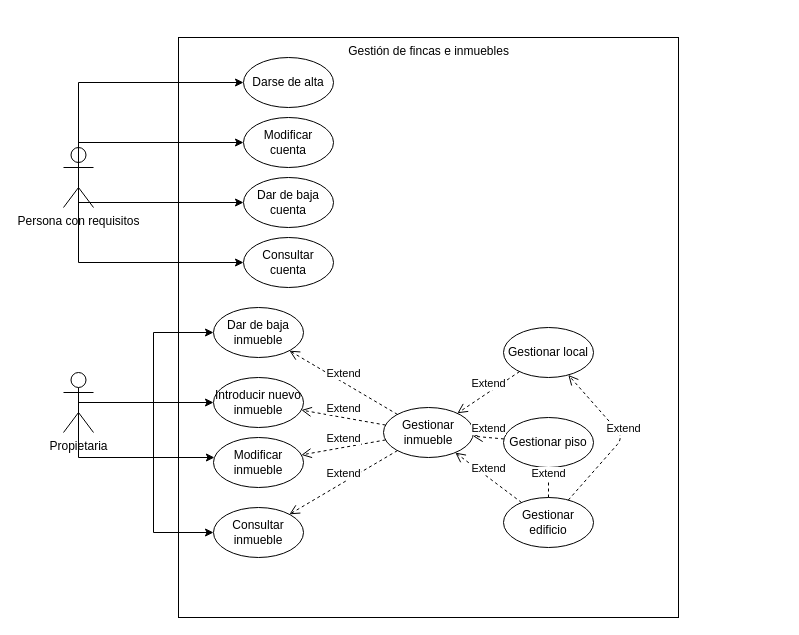
This is Entorno de desarrollo/UML/GestionDeFincas.drawio from JavierCamposCuesta/repoJavierCampos, a draw.io file, before an edit. Source tidied: cells renumbered, new cells numbered last; positions are measured from the earlier drawing's top-left corner, leaving out a move shared by most shapes. Both pictures are drawn from the tidied source at 100%, with x=0, y=0 at pixel (63, 37).
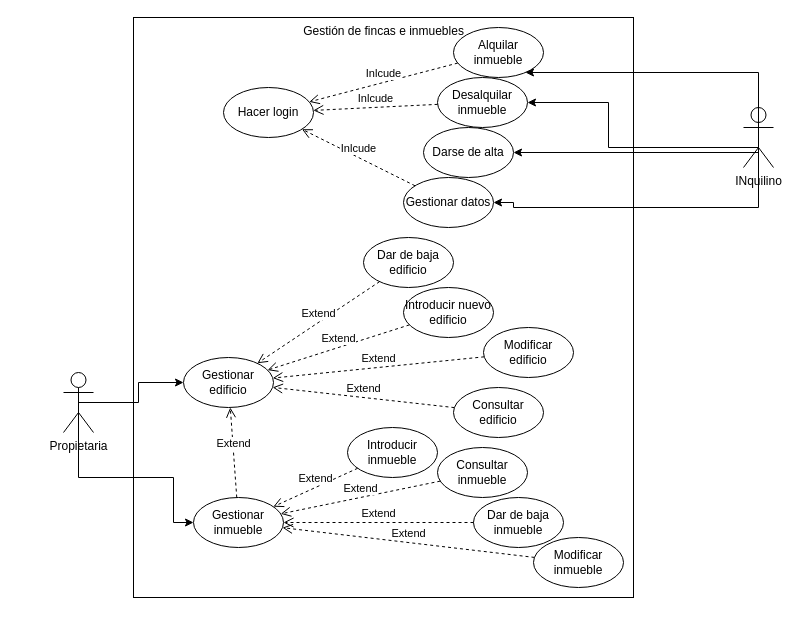
The same diagram, later.

Unchanged cells that the change refers to:
```xml
<mxCell id="7" value="Propietaria" style="shape=umlActor;verticalLabelPosition=bottom;verticalAlign=top;html=1;fillColor=none;" parent="1" vertex="1">
  <mxGeometry y="335" width="30" height="60" as="geometry" />
</mxCell>
```

Diff of the diagram source:
```diff
@@
     <mxCell id="2" value="Gestión de fincas e inmuebles" style="html=1;verticalAlign=top;fillColor=none;" parent="1" vertex="1">
-      <mxGeometry x="115" width="500" height="580" as="geometry" />
+      <mxGeometry x="70" y="-20" width="500" height="580" as="geometry" />
     </mxCell>
-    <mxCell id="3" style="edgeStyle=orthogonalEdgeStyle;rounded=0;jettySize=auto;html=1;exitX=0.5;exitY=0.5;exitDx=0;exitDy=0;exitPerimeter=0;entryX=0;entryY=0.5;entryDx=0;entryDy=0;" parent="1" edge="1" source="7" target="8">
-      <mxGeometry relative="1" as="geometry" />
-    </mxCell>
-    <mxCell id="4" style="edgeStyle=orthogonalEdgeStyle;rounded=0;jettySize=auto;html=1;exitX=0.5;exitY=0.5;exitDx=0;exitDy=0;exitPerimeter=0;" parent="1" edge="1" source="7" target="9">
-      <mxGeometry relative="1" as="geometry" />
-    </mxCell>
-    <mxCell id="5" style="edgeStyle=orthogonalEdgeStyle;rounded=0;jettySize=auto;html=1;exitX=0.5;exitY=0.5;exitDx=0;exitDy=0;exitPerimeter=0;" parent="1" edge="1" source="7" target="10">
-      <mxGeometry relative="1" as="geometry">
-        <Array as="points">
-          <mxPoint x="15" y="420" />
-        </Array>
-      </mxGeometry>
-    </mxCell>
-    <mxCell id="6" style="edgeStyle=orthogonalEdgeStyle;rounded=0;jettySize=auto;html=1;exitX=0.5;exitY=0.5;exitDx=0;exitDy=0;exitPerimeter=0;entryX=0;entryY=0.5;entryDx=0;entryDy=0;" parent="1" edge="1" source="7" target="11">
-      <mxGeometry relative="1" as="geometry" />
-    </mxCell>
+    <mxCell id="34" style="edgeStyle=orthogonalEdgeStyle;rounded=0;jettySize=auto;html=1;exitX=0.5;exitY=0.5;exitDx=0;exitDy=0;exitPerimeter=0;" parent="1" edge="1" source="7" target="13">
+      <mxGeometry relative="1" as="geometry" />
+    </mxCell>
+    <mxCell id="35" style="edgeStyle=orthogonalEdgeStyle;rounded=0;jettySize=auto;html=1;exitX=0.5;exitY=0.5;exitDx=0;exitDy=0;exitPerimeter=0;" parent="1" edge="1" source="7" target="42">
+      <mxGeometry relative="1" as="geometry">
+        <Array as="points">
+          <mxPoint x="15" y="440" />
+          <mxPoint x="110" y="440" />
+          <mxPoint x="110" y="485" />
+        </Array>
+      </mxGeometry>
+    </mxCell>
@@
-    <mxCell id="8" value="Dar de baja inmueble" style="ellipse;whiteSpace=wrap;html=1;fillColor=none;" parent="1" vertex="1">
-      <mxGeometry x="150" y="270" width="90" height="50" as="geometry" />
+    <mxCell id="8" value="Dar de baja edificio" style="ellipse;whiteSpace=wrap;html=1;fillColor=none;" parent="1" vertex="1">
+      <mxGeometry x="300" y="200" width="90" height="50" as="geometry" />
     </mxCell>
-    <mxCell id="9" value="Introducir nuevo inmueble" style="ellipse;whiteSpace=wrap;html=1;fillColor=none;" parent="1" vertex="1">
-      <mxGeometry x="150" y="340" width="90" height="50" as="geometry" />
+    <mxCell id="9" value="Introducir nuevo edificio" style="ellipse;whiteSpace=wrap;html=1;fillColor=none;" parent="1" vertex="1">
+      <mxGeometry x="340" y="250" width="90" height="50" as="geometry" />
     </mxCell>
-    <mxCell id="10" value="Modificar inmueble" style="ellipse;whiteSpace=wrap;html=1;fillColor=none;" parent="1" vertex="1">
-      <mxGeometry x="150" y="400" width="90" height="50" as="geometry" />
+    <mxCell id="10" value="Modificar edificio" style="ellipse;whiteSpace=wrap;html=1;fillColor=none;" parent="1" vertex="1">
+      <mxGeometry x="420" y="290" width="90" height="50" as="geometry" />
     </mxCell>
-    <mxCell id="11" value="Consultar inmueble" style="ellipse;whiteSpace=wrap;html=1;fillColor=none;" parent="1" vertex="1">
-      <mxGeometry x="150" y="470" width="90" height="50" as="geometry" />
+    <mxCell id="11" value="Consultar edificio" style="ellipse;whiteSpace=wrap;html=1;fillColor=none;" parent="1" vertex="1">
+      <mxGeometry x="390" y="350" width="90" height="50" as="geometry" />
     </mxCell>
-    <mxCell id="12" value="Gestionar local" style="ellipse;whiteSpace=wrap;html=1;fillColor=none;" parent="1" vertex="1">
-      <mxGeometry x="440" y="290" width="90" height="50" as="geometry" />
-    </mxCell>
-    <mxCell id="13" value="Gestionar inmueble" style="ellipse;whiteSpace=wrap;html=1;fillColor=none;" parent="1" vertex="1">
-      <mxGeometry x="320" y="370" width="90" height="50" as="geometry" />
+    <mxCell id="13" value="Gestionar edificio" style="ellipse;whiteSpace=wrap;html=1;fillColor=none;" parent="1" vertex="1">
+      <mxGeometry x="120" y="320" width="90" height="50" as="geometry" />
     </mxCell>
-    <mxCell id="14" value="Gestionar edificio" style="ellipse;whiteSpace=wrap;html=1;fillColor=none;" parent="1" vertex="1">
-      <mxGeometry x="440" y="460" width="90" height="50" as="geometry" />
-    </mxCell>
-    <mxCell id="15" value="Extend" style="html=1;verticalAlign=bottom;endArrow=open;dashed=1;endSize=8;" parent="1" edge="1" source="13" target="8">
+    <mxCell id="15" value="Extend" style="html=1;verticalAlign=bottom;endArrow=open;dashed=1;endSize=8;" parent="1" edge="1" source="8" target="13">
       <mxGeometry relative="1" as="geometry" />
     </mxCell>
-    <mxCell id="16" value="Extend" style="html=1;verticalAlign=bottom;endArrow=open;dashed=1;endSize=8;" parent="1" edge="1" source="13" target="9">
+    <mxCell id="16" value="Extend" style="html=1;verticalAlign=bottom;endArrow=open;dashed=1;endSize=8;" parent="1" edge="1" source="9" target="13">
       <mxGeometry relative="1" as="geometry" />
     </mxCell>
-    <mxCell id="17" value="Gestionar piso" style="ellipse;whiteSpace=wrap;html=1;fillColor=none;" parent="1" vertex="1">
-      <mxGeometry x="440" y="380" width="90" height="50" as="geometry" />
-    </mxCell>
-    <mxCell id="18" value="Extend" style="html=1;verticalAlign=bottom;endArrow=open;dashed=1;endSize=8;" parent="1" edge="1" source="13" target="10">
+    <mxCell id="18" value="Extend" style="html=1;verticalAlign=bottom;endArrow=open;dashed=1;endSize=8;" parent="1" edge="1" source="10" target="13">
       <mxGeometry relative="1" as="geometry" />
     </mxCell>
-    <mxCell id="19" value="Extend" style="html=1;verticalAlign=bottom;endArrow=open;dashed=1;endSize=8;" parent="1" edge="1" source="13" target="11">
+    <mxCell id="19" value="Extend" style="html=1;verticalAlign=bottom;endArrow=open;dashed=1;endSize=8;" parent="1" edge="1" source="11" target="13">
       <mxGeometry relative="1" as="geometry" />
     </mxCell>
-    <mxCell id="20" value="Extend" style="html=1;verticalAlign=bottom;endArrow=open;dashed=1;endSize=8;" parent="1" edge="1" source="12" target="13">
-      <mxGeometry relative="1" as="geometry" />
-    </mxCell>
-    <mxCell id="21" value="Extend" style="html=1;verticalAlign=bottom;endArrow=open;dashed=1;endSize=8;" parent="1" edge="1" source="17" target="13">
-      <mxGeometry relative="1" as="geometry" />
-    </mxCell>
-    <mxCell id="22" value="Extend" style="html=1;verticalAlign=bottom;endArrow=open;dashed=1;endSize=8;" parent="1" edge="1" source="14" target="13">
-      <mxGeometry relative="1" as="geometry" />
-    </mxCell>
-    <mxCell id="23" value="Extend" style="html=1;verticalAlign=bottom;endArrow=open;dashed=1;endSize=8;" parent="1" edge="1" source="14" target="17">
-      <mxGeometry relative="1" as="geometry" />
-    </mxCell>
-    <mxCell id="24" value="Extend" style="html=1;verticalAlign=bottom;endArrow=open;dashed=1;endSize=8;" parent="1" edge="1" source="14" target="12">
-      <mxGeometry relative="1" as="geometry">
-        <Array as="points">
-          <mxPoint x="560" y="400" />
-        </Array>
-      </mxGeometry>
-    </mxCell>
     <mxCell id="25" style="edgeStyle=orthogonalEdgeStyle;rounded=0;jettySize=auto;html=1;exitX=0.5;exitY=0.5;exitDx=0;exitDy=0;exitPerimeter=0;" parent="1" edge="1" source="29" target="30">
       <mxGeometry relative="1" as="geometry">
         <Array as="points">
-          <mxPoint x="15" y="45" />
+          <mxPoint x="695" y="35" />
         </Array>
       </mxGeometry>
     </mxCell>
-    <mxCell id="26" style="edgeStyle=orthogonalEdgeStyle;rounded=0;jettySize=auto;html=1;exitX=0.5;exitY=0.5;exitDx=0;exitDy=0;exitPerimeter=0;" parent="1" edge="1" source="29" target="31">
+    <mxCell id="26" style="edgeStyle=orthogonalEdgeStyle;rounded=0;jettySize=auto;html=1;exitX=0.5;exitY=0.5;exitDx=0;exitDy=0;exitPerimeter=0;entryX=1;entryY=0.5;entryDx=0;entryDy=0;" parent="1" edge="1" source="29" target="31">
       <mxGeometry relative="1" as="geometry">
         <Array as="points">
-          <mxPoint x="15" y="105" />
+          <mxPoint x="695" y="110" />
+          <mxPoint x="545" y="110" />
+          <mxPoint x="545" y="65" />
         </Array>
       </mxGeometry>
     </mxCell>
-    <mxCell id="27" style="edgeStyle=orthogonalEdgeStyle;rounded=0;jettySize=auto;html=1;exitX=0.5;exitY=0.5;exitDx=0;exitDy=0;exitPerimeter=0;" parent="1" edge="1" source="29" target="32">
-      <mxGeometry relative="1" as="geometry">
-        <Array as="points">
-          <mxPoint x="15" y="165" />
-        </Array>
-      </mxGeometry>
-    </mxCell>
-    <mxCell id="28" style="edgeStyle=orthogonalEdgeStyle;rounded=0;jettySize=auto;html=1;exitX=0.5;exitY=0.5;exitDx=0;exitDy=0;exitPerimeter=0;" parent="1" edge="1" source="29" target="33">
-      <mxGeometry relative="1" as="geometry">
-        <Array as="points">
-          <mxPoint x="15" y="225" />
-        </Array>
-      </mxGeometry>
-    </mxCell>
+    <mxCell id="36" style="edgeStyle=orthogonalEdgeStyle;rounded=0;jettySize=auto;html=1;exitX=0.5;exitY=0.5;exitDx=0;exitDy=0;exitPerimeter=0;" parent="1" edge="1" source="29" target="44">
+      <mxGeometry relative="1" as="geometry">
+        <Array as="points">
+          <mxPoint x="695" y="115" />
+        </Array>
+      </mxGeometry>
+    </mxCell>
+    <mxCell id="37" style="edgeStyle=orthogonalEdgeStyle;rounded=0;jettySize=auto;html=1;exitX=0.5;exitY=0.5;exitDx=0;exitDy=0;exitPerimeter=0;entryX=1;entryY=0.5;entryDx=0;entryDy=0;" parent="1" edge="1" source="29" target="45">
+      <mxGeometry relative="1" as="geometry">
+        <Array as="points">
+          <mxPoint x="695" y="170" />
+          <mxPoint x="450" y="170" />
+          <mxPoint x="450" y="165" />
+        </Array>
+      </mxGeometry>
+    </mxCell>
-    <mxCell id="29" value="Persona con requisitos" style="shape=umlActor;verticalLabelPosition=bottom;verticalAlign=top;html=1;fillColor=none;" parent="1" vertex="1">
-      <mxGeometry y="110" width="30" height="60" as="geometry" />
+    <mxCell id="29" value="INquilino" style="shape=umlActor;verticalLabelPosition=bottom;verticalAlign=top;html=1;fillColor=none;" parent="1" vertex="1">
+      <mxGeometry x="680" y="70" width="30" height="60" as="geometry" />
     </mxCell>
-    <mxCell id="30" value="Darse de alta" style="ellipse;whiteSpace=wrap;html=1;fillColor=none;" parent="1" vertex="1">
-      <mxGeometry x="180" y="20" width="90" height="50" as="geometry" />
+    <mxCell id="30" value="Alquilar inmueble" style="ellipse;whiteSpace=wrap;html=1;fillColor=none;" parent="1" vertex="1">
+      <mxGeometry x="390" y="-10" width="90" height="50" as="geometry" />
     </mxCell>
-    <mxCell id="31" value="Modificar cuenta" style="ellipse;whiteSpace=wrap;html=1;fillColor=none;" parent="1" vertex="1">
-      <mxGeometry x="180" y="80" width="90" height="50" as="geometry" />
+    <mxCell id="31" value="Desalquilar inmueble" style="ellipse;whiteSpace=wrap;html=1;fillColor=none;" parent="1" vertex="1">
+      <mxGeometry x="374" y="40" width="90" height="50" as="geometry" />
     </mxCell>
-    <mxCell id="32" value="Dar de baja cuenta" style="ellipse;whiteSpace=wrap;html=1;fillColor=none;" parent="1" vertex="1">
-      <mxGeometry x="180" y="140" width="90" height="50" as="geometry" />
-    </mxCell>
-    <mxCell id="33" value="Consultar cuenta" style="ellipse;whiteSpace=wrap;html=1;fillColor=none;" parent="1" vertex="1">
-      <mxGeometry x="180" y="200" width="90" height="50" as="geometry" />
-    </mxCell>
+    <mxCell id="38" value="Introducir inmueble" style="ellipse;whiteSpace=wrap;html=1;fillColor=none;" parent="1" vertex="1">
+      <mxGeometry x="284" y="390" width="90" height="50" as="geometry" />
+    </mxCell>
+    <mxCell id="39" value="Consultar inmueble" style="ellipse;whiteSpace=wrap;html=1;fillColor=none;" parent="1" vertex="1">
+      <mxGeometry x="374" y="410" width="90" height="50" as="geometry" />
+    </mxCell>
+    <mxCell id="40" value="Dar de baja inmueble" style="ellipse;whiteSpace=wrap;html=1;fillColor=none;" parent="1" vertex="1">
+      <mxGeometry x="410" y="460" width="90" height="50" as="geometry" />
+    </mxCell>
+    <mxCell id="41" value="Modificar inmueble" style="ellipse;whiteSpace=wrap;html=1;fillColor=none;" parent="1" vertex="1">
+      <mxGeometry x="470" y="500" width="90" height="50" as="geometry" />
+    </mxCell>
+    <mxCell id="42" value="Gestionar inmueble" style="ellipse;whiteSpace=wrap;html=1;fillColor=none;" parent="1" vertex="1">
+      <mxGeometry x="130" y="460" width="90" height="50" as="geometry" />
+    </mxCell>
+    <mxCell id="43" value="Extend" style="html=1;verticalAlign=bottom;endArrow=open;dashed=1;endSize=8;" parent="1" edge="1" source="42" target="13">
+      <mxGeometry relative="1" as="geometry" />
+    </mxCell>
+    <mxCell id="44" value="Darse de alta" style="ellipse;whiteSpace=wrap;html=1;fillColor=none;" parent="1" vertex="1">
+      <mxGeometry x="360" y="90" width="90" height="50" as="geometry" />
+    </mxCell>
+    <mxCell id="45" value="Gestionar datos" style="ellipse;whiteSpace=wrap;html=1;fillColor=none;" parent="1" vertex="1">
+      <mxGeometry x="340" y="140" width="90" height="50" as="geometry" />
+    </mxCell>
+    <mxCell id="46" value="Hacer login" style="ellipse;whiteSpace=wrap;html=1;fillColor=none;" parent="1" vertex="1">
+      <mxGeometry x="160" y="50" width="90" height="50" as="geometry" />
+    </mxCell>
+    <mxCell id="47" value="Inlcude" style="html=1;verticalAlign=bottom;endArrow=open;dashed=1;endSize=8;" parent="1" edge="1" source="30" target="46">
+      <mxGeometry relative="1" as="geometry" />
+    </mxCell>
+    <mxCell id="48" value="Inlcude" style="html=1;verticalAlign=bottom;endArrow=open;dashed=1;endSize=8;" parent="1" edge="1" source="31" target="46">
+      <mxGeometry relative="1" as="geometry" />
+    </mxCell>
+    <mxCell id="49" value="Inlcude" style="html=1;verticalAlign=bottom;endArrow=open;dashed=1;endSize=8;" parent="1" edge="1" source="45" target="46">
+      <mxGeometry relative="1" as="geometry" />
+    </mxCell>
+    <mxCell id="50" value="Extend" style="html=1;verticalAlign=bottom;endArrow=open;dashed=1;endSize=8;" parent="1" edge="1" source="38" target="42">
+      <mxGeometry relative="1" as="geometry" />
+    </mxCell>
+    <mxCell id="51" value="Extend" style="html=1;verticalAlign=bottom;endArrow=open;dashed=1;endSize=8;" parent="1" edge="1" source="39" target="42">
+      <mxGeometry relative="1" as="geometry" />
+    </mxCell>
+    <mxCell id="52" value="Extend" style="html=1;verticalAlign=bottom;endArrow=open;dashed=1;endSize=8;" parent="1" edge="1" source="40" target="42">
+      <mxGeometry relative="1" as="geometry" />
+    </mxCell>
+    <mxCell id="53" value="Extend" style="html=1;verticalAlign=bottom;endArrow=open;dashed=1;endSize=8;" parent="1" edge="1" source="41" target="42">
+      <mxGeometry relative="1" as="geometry" />
+    </mxCell>
```
